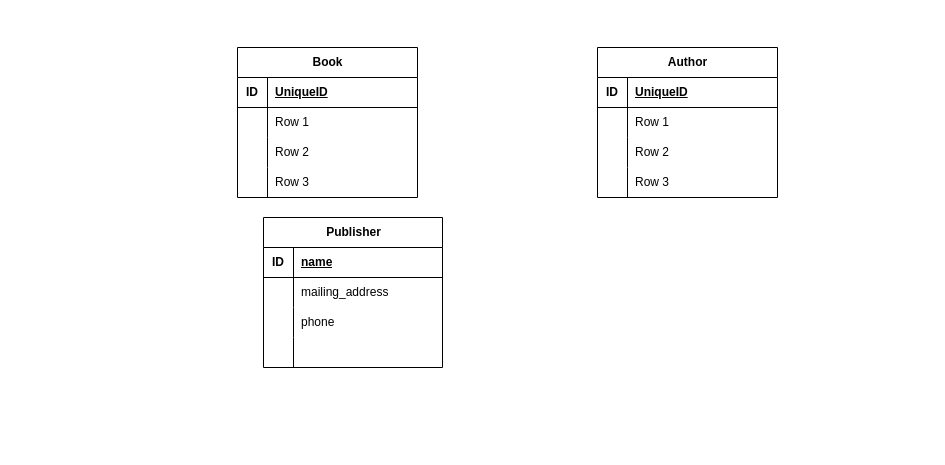
This is Ex1.drawio from avinashd144/DataStorage, a draw.io file, before an edit. Source tidied: cells renumbered, new cells numbered last; positions are measured from the earlier drawing's top-left corner, leaving out a move shared by most shapes. Both pictures are drawn from the tidied source at 100%, with x=0, y=0 at pixel (237, 47).
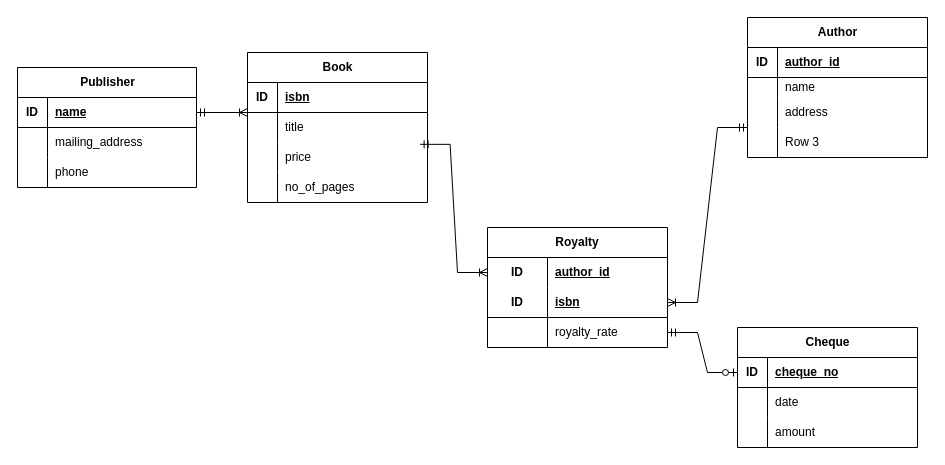
Above is the later version.

The change refers to these unchanged cells:
```xml
<mxCell id="3" style="shape=tableRow;horizontal=0;startSize=0;swimlaneHead=0;swimlaneBody=0;fillColor=none;top=0;left=0;right=0;bottom=1;" parent="2" vertex="1">
  <mxGeometry y="30" width="180" height="30" as="geometry" />
</mxCell>
<mxCell id="6" style="shape=tableRow;horizontal=0;startSize=0;swimlaneHead=0;swimlaneBody=0;fillColor=none;points=[[0,0.5],[1,0.5]];portConstraint=eastwest;top=0;left=0;right=0;bottom=0;" parent="2" vertex="1">
  <mxGeometry y="60" width="180" height="30" as="geometry" />
</mxCell>
<mxCell id="9" style="shape=tableRow;horizontal=0;startSize=0;swimlaneHead=0;swimlaneBody=0;fillColor=none;points=[[0,0.5],[1,0.5]];portConstraint=eastwest;top=0;left=0;right=0;bottom=0;" parent="2" vertex="1">
  <mxGeometry y="90" width="180" height="30" as="geometry" />
</mxCell>
<mxCell id="12" style="shape=tableRow;horizontal=0;startSize=0;swimlaneHead=0;swimlaneBody=0;fillColor=none;top=0;left=0;right=0;bottom=0;" parent="2" vertex="1">
  <mxGeometry y="120" width="180" height="30" as="geometry" />
</mxCell>
<mxCell id="16" style="shape=tableRow;horizontal=0;startSize=0;swimlaneHead=0;swimlaneBody=0;fillColor=none;top=0;left=0;right=0;bottom=1;" parent="15" vertex="1">
  <mxGeometry y="30" width="180" height="30" as="geometry" />
</mxCell>
<mxCell id="29" style="shape=tableRow;horizontal=0;startSize=0;swimlaneHead=0;swimlaneBody=0;fillColor=none;points=[[0,0.5],[1,0.5]];portConstraint=eastwest;top=0;left=0;right=0;bottom=1;" parent="28" vertex="1">
  <mxGeometry y="30" width="179" height="30" as="geometry" />
</mxCell>
```

The edit, as a diff of the source:
```diff
@@
     <mxCell id="2" value="Book" style="shape=table;startSize=30;childLayout=tableLayout;rowLines=0;fontStyle=1;align=center;html=1;" parent="1" vertex="1">
-      <mxGeometry width="180" height="150" as="geometry" />
+      <mxGeometry x="10" y="5" width="180" height="150" as="geometry" />
     </mxCell>
@@
-    <mxCell id="5" value="UniqueID" style="shape=partialRectangle;fillColor=none;top=0;left=0;bottom=0;right=0;align=left;spacingLeft=6;fontStyle=5;overflow=hidden;whiteSpace=wrap;html=1;" parent="3" vertex="1">
+    <mxCell id="5" value="isbn" style="shape=partialRectangle;fillColor=none;top=0;left=0;bottom=0;right=0;align=left;spacingLeft=6;fontStyle=5;overflow=hidden;whiteSpace=wrap;html=1;" parent="3" vertex="1">
       <mxGeometry x="30" width="150" height="30" as="geometry" />
     </mxCell>
@@
-    <mxCell id="8" value="Row 1" style="shape=partialRectangle;fillColor=none;top=0;left=0;bottom=0;right=0;align=left;spacingLeft=6;overflow=hidden;whiteSpace=wrap;html=1;" parent="6" vertex="1">
+    <mxCell id="8" value="title" style="shape=partialRectangle;fillColor=none;top=0;left=0;bottom=0;right=0;align=left;spacingLeft=6;overflow=hidden;whiteSpace=wrap;html=1;" parent="6" vertex="1">
       <mxGeometry x="30" width="150" height="30" as="geometry" />
     </mxCell>
@@
-    <mxCell id="11" value="Row 2" style="shape=partialRectangle;fillColor=none;top=0;left=0;bottom=0;right=0;align=left;spacingLeft=6;overflow=hidden;whiteSpace=wrap;html=1;" parent="9" vertex="1">
+    <mxCell id="11" value="price" style="shape=partialRectangle;fillColor=none;top=0;left=0;bottom=0;right=0;align=left;spacingLeft=6;overflow=hidden;whiteSpace=wrap;html=1;" parent="9" vertex="1">
       <mxGeometry x="30" width="150" height="30" as="geometry" />
     </mxCell>
@@
-    <mxCell id="14" value="Row 3" style="shape=partialRectangle;fillColor=none;top=0;left=0;bottom=0;right=0;align=left;spacingLeft=6;overflow=hidden;whiteSpace=wrap;html=1;" parent="12" vertex="1">
+    <mxCell id="14" value="no_of_pages" style="shape=partialRectangle;fillColor=none;top=0;left=0;bottom=0;right=0;align=left;spacingLeft=6;overflow=hidden;whiteSpace=wrap;html=1;" parent="12" vertex="1">
       <mxGeometry x="30" width="150" height="30" as="geometry" />
     </mxCell>
     <mxCell id="15" value="Author" style="shape=table;startSize=30;childLayout=tableLayout;rowLines=0;fontStyle=1;align=center;html=1;" parent="1" vertex="1">
-      <mxGeometry x="360" width="180" height="150" as="geometry" />
+      <mxGeometry x="510" y="-30" width="180" height="140" as="geometry" />
     </mxCell>
@@
-    <mxCell id="18" value="UniqueID" style="shape=partialRectangle;fillColor=none;top=0;left=0;bottom=0;right=0;align=left;spacingLeft=6;fontStyle=5;overflow=hidden;whiteSpace=wrap;html=1;" parent="16" vertex="1">
+    <mxCell id="18" value="author_id" style="shape=partialRectangle;fillColor=none;top=0;left=0;bottom=0;right=0;align=left;spacingLeft=6;fontStyle=5;overflow=hidden;whiteSpace=wrap;html=1;" parent="16" vertex="1">
       <mxGeometry x="30" width="150" height="30" as="geometry" />
     </mxCell>
     <mxCell id="19" style="shape=tableRow;horizontal=0;startSize=0;swimlaneHead=0;swimlaneBody=0;fillColor=none;top=0;left=0;right=0;bottom=0;" parent="15" vertex="1">
-      <mxGeometry y="60" width="180" height="30" as="geometry" />
+      <mxGeometry y="60" width="180" height="20" as="geometry" />
     </mxCell>
     <mxCell id="20" style="shape=partialRectangle;fillColor=none;top=0;left=0;bottom=0;right=0;overflow=hidden;whiteSpace=wrap;html=1;" parent="19" vertex="1">
-      <mxGeometry width="30" height="30" as="geometry" />
+      <mxGeometry width="30" height="20" as="geometry" />
     </mxCell>
-    <mxCell id="21" value="Row 1" style="shape=partialRectangle;fillColor=none;top=0;left=0;bottom=0;right=0;align=left;spacingLeft=6;overflow=hidden;whiteSpace=wrap;html=1;" parent="19" vertex="1">
-      <mxGeometry x="30" width="150" height="30" as="geometry" />
+    <mxCell id="21" value="name" style="shape=partialRectangle;fillColor=none;top=0;left=0;bottom=0;right=0;align=left;spacingLeft=6;overflow=hidden;whiteSpace=wrap;html=1;" parent="19" vertex="1">
+      <mxGeometry x="30" width="150" height="20" as="geometry" />
     </mxCell>
     <mxCell id="22" style="shape=tableRow;horizontal=0;startSize=0;swimlaneHead=0;swimlaneBody=0;fillColor=none;top=0;left=0;right=0;bottom=0;" parent="15" vertex="1">
-      <mxGeometry y="90" width="180" height="30" as="geometry" />
+      <mxGeometry y="80" width="180" height="30" as="geometry" />
     </mxCell>
@@
-    <mxCell id="24" value="Row 2" style="shape=partialRectangle;fillColor=none;top=0;left=0;bottom=0;right=0;align=left;spacingLeft=6;overflow=hidden;whiteSpace=wrap;html=1;" parent="22" vertex="1">
+    <mxCell id="24" value="address" style="shape=partialRectangle;fillColor=none;top=0;left=0;bottom=0;right=0;align=left;spacingLeft=6;overflow=hidden;whiteSpace=wrap;html=1;" parent="22" vertex="1">
       <mxGeometry x="30" width="150" height="30" as="geometry" />
     </mxCell>
     <mxCell id="25" style="shape=tableRow;horizontal=0;startSize=0;swimlaneHead=0;swimlaneBody=0;fillColor=none;points=[[0,0.5],[1,0.5]];portConstraint=eastwest;top=0;left=0;right=0;bottom=0;" parent="15" vertex="1">
-      <mxGeometry y="120" width="180" height="30" as="geometry" />
+      <mxGeometry y="110" width="180" height="30" as="geometry" />
     </mxCell>
@@
     <mxCell id="28" value="Publisher" style="shape=table;startSize=30;childLayout=tableLayout;rowLines=0;fontStyle=1;align=center;html=1;" parent="1" vertex="1">
-      <mxGeometry x="26" y="170" width="179" height="150" as="geometry" />
+      <mxGeometry x="-220" y="20" width="179" height="120" as="geometry" />
     </mxCell>
@@
-    <mxCell id="38" style="shape=tableRow;horizontal=0;startSize=0;swimlaneHead=0;swimlaneBody=0;fillColor=none;top=0;left=0;right=0;bottom=0;" parent="28" vertex="1">
-      <mxGeometry y="120" width="179" height="30" as="geometry" />
-    </mxCell>
-    <mxCell id="39" style="shape=partialRectangle;fillColor=none;top=0;left=0;bottom=0;right=0;overflow=hidden;whiteSpace=wrap;html=1;" parent="38" vertex="1">
-      <mxGeometry width="30" height="30" as="geometry" />
-    </mxCell>
-    <mxCell id="40" style="shape=partialRectangle;fillColor=none;top=0;left=0;bottom=0;right=0;align=left;spacingLeft=6;overflow=hidden;whiteSpace=wrap;html=1;" parent="38" vertex="1">
-      <mxGeometry x="30" width="149" height="30" as="geometry" />
-    </mxCell>
+    <mxCell id="41" style="edgeStyle=entityRelationEdgeStyle;fontSize=12;html=1;endArrow=ERoneToMany;startArrow=ERmandOne;rounded=0;exitX=1;exitY=0.5;exitDx=0;exitDy=0;entryX=0;entryY=0;entryDx=0;entryDy=0;entryPerimeter=0;" parent="1" edge="1" source="29" target="6">
+      <mxGeometry relative="1" as="geometry" />
+    </mxCell>
+    <mxCell id="42" value="Royalty" style="shape=table;startSize=30;childLayout=tableLayout;rowLines=0;fontStyle=1;align=center;html=1;whiteSpace=wrap;" parent="1" vertex="1">
+      <mxGeometry x="250" y="180" width="180" height="120" as="geometry" />
+    </mxCell>
+    <mxCell id="43" style="shape=tableRow;horizontal=0;startSize=0;swimlaneHead=0;swimlaneBody=0;fillColor=none;points=[[0,0.5],[1,0.5]];portConstraint=eastwest;top=0;left=0;right=0;bottom=0;html=1;" parent="42" vertex="1">
+      <mxGeometry y="30" width="180" height="30" as="geometry" />
+    </mxCell>
+    <mxCell id="44" value="ID" style="shape=partialRectangle;fillColor=none;top=0;left=0;bottom=0;right=0;fontStyle=1;overflow=hidden;html=1;whiteSpace=wrap;" parent="43" vertex="1">
+      <mxGeometry width="60" height="30" as="geometry" />
+    </mxCell>
+    <mxCell id="45" value="author_id" style="shape=partialRectangle;fillColor=none;top=0;left=0;bottom=0;right=0;align=left;spacingLeft=6;fontStyle=5;overflow=hidden;html=1;whiteSpace=wrap;" parent="43" vertex="1">
+      <mxGeometry x="60" width="120" height="30" as="geometry" />
+    </mxCell>
+    <mxCell id="46" style="shape=tableRow;horizontal=0;startSize=0;swimlaneHead=0;swimlaneBody=0;fillColor=none;points=[[0,0.5],[1,0.5]];portConstraint=eastwest;top=0;left=0;right=0;bottom=1;html=1;" parent="42" vertex="1">
+      <mxGeometry y="60" width="180" height="30" as="geometry" />
+    </mxCell>
+    <mxCell id="47" value="ID" style="shape=partialRectangle;fillColor=none;top=0;left=0;bottom=0;right=0;fontStyle=1;overflow=hidden;html=1;whiteSpace=wrap;" parent="46" vertex="1">
+      <mxGeometry width="60" height="30" as="geometry" />
+    </mxCell>
+    <mxCell id="48" value="isbn" style="shape=partialRectangle;fillColor=none;top=0;left=0;bottom=0;right=0;align=left;spacingLeft=6;fontStyle=5;overflow=hidden;html=1;whiteSpace=wrap;" parent="46" vertex="1">
+      <mxGeometry x="60" width="120" height="30" as="geometry" />
+    </mxCell>
+    <mxCell id="49" style="shape=tableRow;horizontal=0;startSize=0;swimlaneHead=0;swimlaneBody=0;fillColor=none;points=[[0,0.5],[1,0.5]];portConstraint=eastwest;top=0;left=0;right=0;bottom=0;html=1;" parent="42" vertex="1">
+      <mxGeometry y="90" width="180" height="30" as="geometry" />
+    </mxCell>
+    <mxCell id="50" style="shape=partialRectangle;fillColor=none;top=0;left=0;bottom=0;right=0;overflow=hidden;html=1;whiteSpace=wrap;" parent="49" vertex="1">
+      <mxGeometry width="60" height="30" as="geometry" />
+    </mxCell>
+    <mxCell id="51" value="royalty_rate" style="shape=partialRectangle;fillColor=none;top=0;left=0;bottom=0;right=0;align=left;spacingLeft=6;overflow=hidden;html=1;whiteSpace=wrap;" parent="49" vertex="1">
+      <mxGeometry x="60" width="120" height="30" as="geometry" />
+    </mxCell>
+    <mxCell id="52" style="edgeStyle=entityRelationEdgeStyle;fontSize=12;html=1;endArrow=ERoneToMany;startArrow=ERmandOne;rounded=0;exitX=0.959;exitY=0.061;exitDx=0;exitDy=0;exitPerimeter=0;entryX=0;entryY=0.5;entryDx=0;entryDy=0;" parent="1" edge="1" source="9" target="43">
+      <mxGeometry relative="1" as="geometry" />
+    </mxCell>
+    <mxCell id="53" style="edgeStyle=entityRelationEdgeStyle;fontSize=12;html=1;endArrow=ERoneToMany;startArrow=ERmandOne;rounded=0;exitX=0;exitY=0;exitDx=0;exitDy=0;exitPerimeter=0;" parent="1" edge="1" source="25" target="46">
+      <mxGeometry relative="1" as="geometry">
+        <Array as="points">
+          <mxPoint x="500" y="80" />
+        </Array>
+      </mxGeometry>
+    </mxCell>
+    <mxCell id="54" value="Cheque" style="shape=table;startSize=30;childLayout=tableLayout;rowLines=0;fontStyle=1;align=center;html=1;" parent="1" vertex="1">
+      <mxGeometry x="500" y="280" width="180" height="120" as="geometry" />
+    </mxCell>
+    <mxCell id="55" style="shape=tableRow;horizontal=0;startSize=0;swimlaneHead=0;swimlaneBody=0;fillColor=none;points=[[0,0.5],[1,0.5]];portConstraint=eastwest;top=0;left=0;right=0;bottom=1;" parent="54" vertex="1">
+      <mxGeometry y="30" width="180" height="30" as="geometry" />
+    </mxCell>
+    <mxCell id="56" value="ID" style="shape=partialRectangle;fillColor=none;top=0;left=0;bottom=0;right=0;fontStyle=1;overflow=hidden;whiteSpace=wrap;html=1;" parent="55" vertex="1">
+      <mxGeometry width="30" height="30" as="geometry" />
+    </mxCell>
+    <mxCell id="57" value="cheque_no" style="shape=partialRectangle;fillColor=none;top=0;left=0;bottom=0;right=0;align=left;spacingLeft=6;fontStyle=5;overflow=hidden;whiteSpace=wrap;html=1;" parent="55" vertex="1">
+      <mxGeometry x="30" width="150" height="30" as="geometry" />
+    </mxCell>
+    <mxCell id="58" style="shape=tableRow;horizontal=0;startSize=0;swimlaneHead=0;swimlaneBody=0;fillColor=none;top=0;left=0;right=0;bottom=0;" parent="54" vertex="1">
+      <mxGeometry y="60" width="180" height="30" as="geometry" />
+    </mxCell>
+    <mxCell id="59" style="shape=partialRectangle;fillColor=none;top=0;left=0;bottom=0;right=0;overflow=hidden;whiteSpace=wrap;html=1;" parent="58" vertex="1">
+      <mxGeometry width="30" height="30" as="geometry" />
+    </mxCell>
+    <mxCell id="60" value="date" style="shape=partialRectangle;fillColor=none;top=0;left=0;bottom=0;right=0;align=left;spacingLeft=6;overflow=hidden;whiteSpace=wrap;html=1;" parent="58" vertex="1">
+      <mxGeometry x="30" width="150" height="30" as="geometry" />
+    </mxCell>
+    <mxCell id="61" style="shape=tableRow;horizontal=0;startSize=0;swimlaneHead=0;swimlaneBody=0;fillColor=none;top=0;left=0;right=0;bottom=0;" parent="54" vertex="1">
+      <mxGeometry y="90" width="180" height="30" as="geometry" />
+    </mxCell>
+    <mxCell id="62" style="shape=partialRectangle;fillColor=none;top=0;left=0;bottom=0;right=0;overflow=hidden;whiteSpace=wrap;html=1;" parent="61" vertex="1">
+      <mxGeometry width="30" height="30" as="geometry" />
+    </mxCell>
+    <mxCell id="63" value="amount" style="shape=partialRectangle;fillColor=none;top=0;left=0;bottom=0;right=0;align=left;spacingLeft=6;overflow=hidden;whiteSpace=wrap;html=1;" parent="61" vertex="1">
+      <mxGeometry x="30" width="150" height="30" as="geometry" />
+    </mxCell>
+    <mxCell id="64" style="edgeStyle=entityRelationEdgeStyle;fontSize=12;html=1;endArrow=ERzeroToOne;startArrow=ERmandOne;rounded=0;exitX=1;exitY=0.5;exitDx=0;exitDy=0;entryX=0;entryY=0.5;entryDx=0;entryDy=0;" parent="1" edge="1" source="49" target="55">
+      <mxGeometry relative="1" as="geometry" />
+    </mxCell>
```
